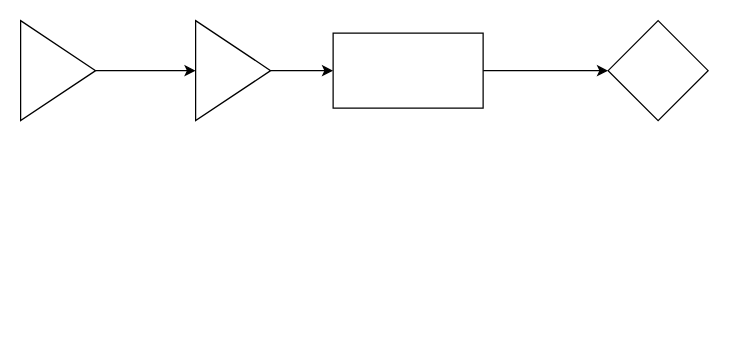
Earlier version of the draw.io diagram 绘图测试.drawio (Wangquil/Drawio). Source tidied: cells renumbered, new cells numbered last; positions are measured from the earlier drawing's top-left corner, leaving out a move shared by most shapes. Both pictures are drawn from the tidied source at 125%, with x=0, y=0 at pixel (20, 20).
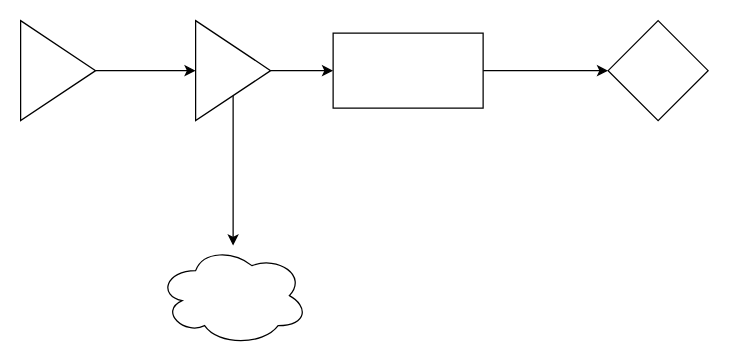
The same page after the edit.

Commit message (it also covers changes not shown here):
更新绘图测试.drawio

What changed in the source:
```diff
@@
 <mxGraphModel>
   <root>
     <mxCell id="0" />
     <mxCell id="1" parent="0" />
     <mxCell id="2" style="edgeStyle=orthogonalEdgeStyle;rounded=0;jettySize=auto;html=1;" parent="1" edge="1" source="3" target="5">
       <mxGeometry relative="1" as="geometry" />
     </mxCell>
     <mxCell id="3" style="triangle;whiteSpace=wrap;html=1;" parent="1" vertex="1">
       <mxGeometry width="60" height="80" as="geometry" />
     </mxCell>
     <mxCell id="4" style="edgeStyle=orthogonalEdgeStyle;rounded=0;jettySize=auto;html=1;" parent="1" edge="1" source="5" target="7">
       <mxGeometry relative="1" as="geometry" />
     </mxCell>
+    <mxCell id="9" style="edgeStyle=orthogonalEdgeStyle;rounded=0;jettySize=auto;html=1;exitX=0.5;exitY=1;exitDx=0;exitDy=0;" parent="1" edge="1" source="5" target="10">
+      <mxGeometry relative="1" as="geometry" />
+    </mxCell>
     <mxCell id="5" style="triangle;whiteSpace=wrap;html=1;" parent="1" vertex="1">
       <mxGeometry x="140" width="60" height="80" as="geometry" />
     </mxCell>
     <mxCell id="6" style="edgeStyle=orthogonalEdgeStyle;rounded=0;jettySize=auto;html=1;" parent="1" edge="1" source="7" target="8">
       <mxGeometry relative="1" as="geometry" />
     </mxCell>
     <mxCell id="7" style="whiteSpace=wrap;html=1;" parent="1" vertex="1">
       <mxGeometry x="250" y="10" width="120" height="60" as="geometry" />
     </mxCell>
     <mxCell id="8" style="rhombus;whiteSpace=wrap;html=1;" parent="1" vertex="1">
       <mxGeometry x="470" width="80" height="80" as="geometry" />
     </mxCell>
+    <mxCell id="10" style="ellipse;shape=cloud;whiteSpace=wrap;html=1;" parent="1" vertex="1">
+      <mxGeometry x="110" y="180" width="120" height="80" as="geometry" />
+    </mxCell>
   </root>
 </mxGraphModel>
```
